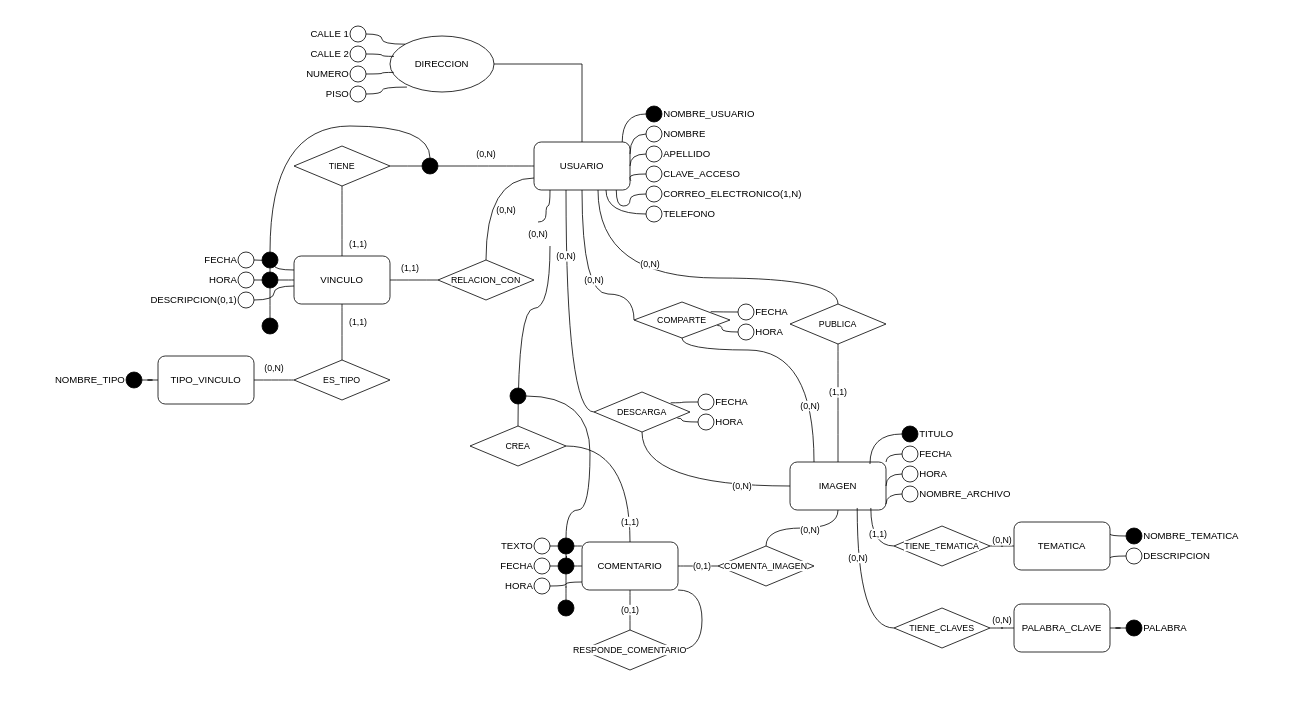
Above: Practica_2 /Modelado_5.drawio in imnotsetro/DBD (draw.io), before the change. Source tidied: cells renumbered, new cells numbered last; positions are measured from the earlier drawing's top-left corner, leaving out a move shared by most shapes. Both pictures are drawn from the tidied source at 80%, with x=0, y=0 at pixel (38, 22).
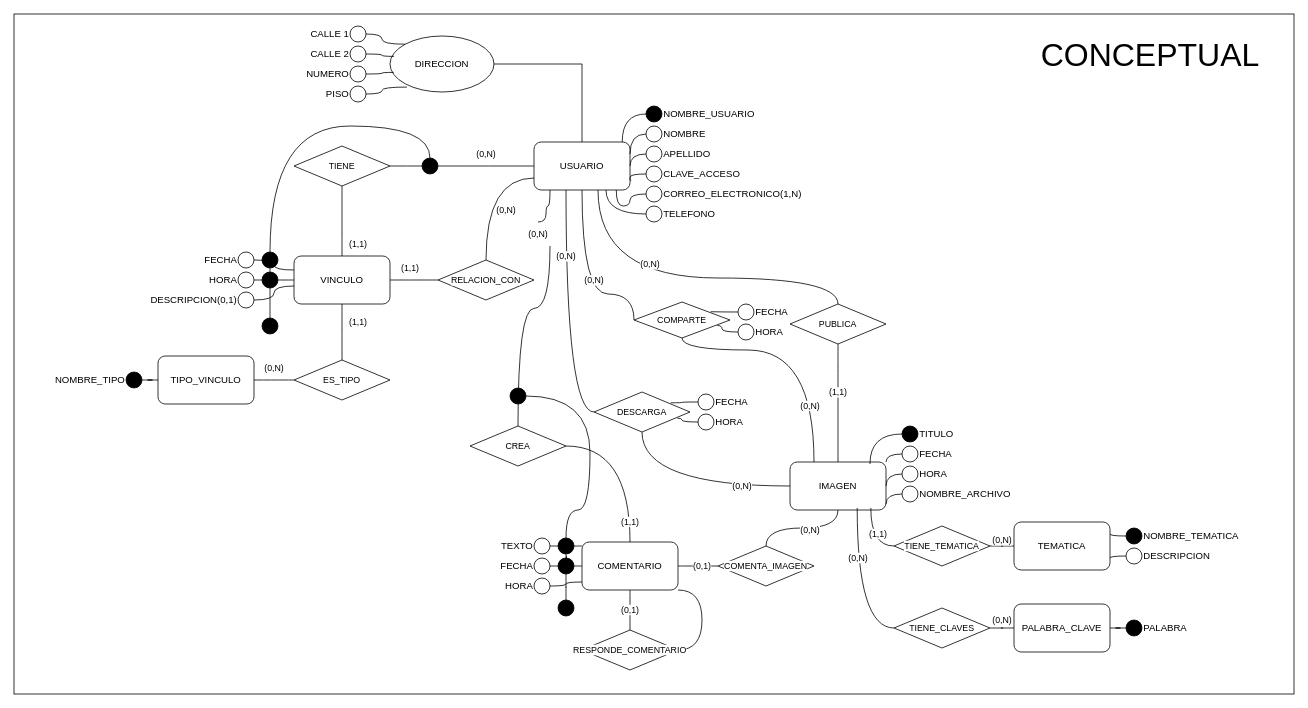
The same page after the edit.

Change to the diagram source:
```diff
@@
+    <mxCell id="163" style="rounded=0;whiteSpace=wrap;html=1;fontFamily=Helvetica;fontSize=11;fontColor=default;labelBackgroundColor=default;" parent="1" vertex="1">
+      <mxGeometry x="-30" y="-10" width="1600" height="850" as="geometry" />
+    </mxCell>
@@
+    <mxCell id="164" value="CONCEPTUAL" style="text;html=1;align=center;verticalAlign=middle;strokeColor=none;fillColor=none;fontFamily=Helvetica;fontSize=40;fontColor=default;labelBackgroundColor=default;" parent="1" vertex="1">
+      <mxGeometry x="1240" y="10" width="300" height="60" as="geometry" />
+    </mxCell>
```
